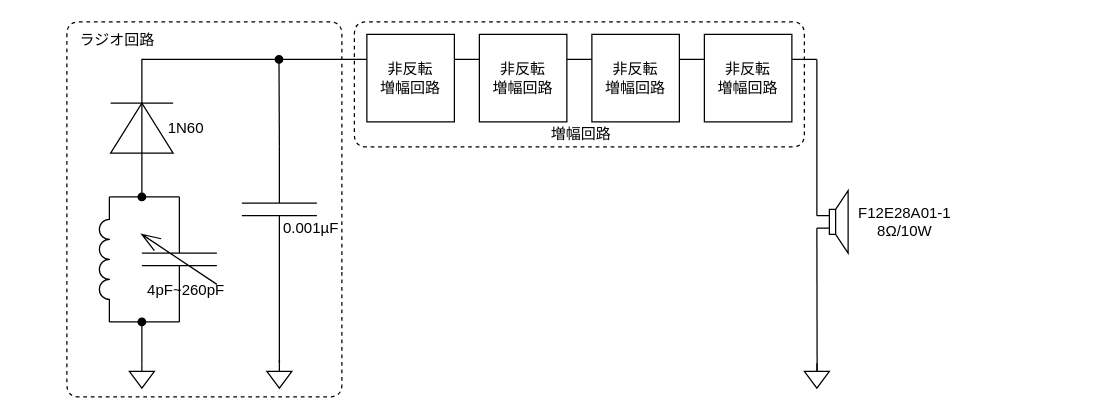
Before: page "all2" (4 of 5) of python/fig.drawio in m20079/AM-radio, a draw.io diagram. Source tidied: cells renumbered, new cells numbered last; positions are measured from the earlier drawing's top-left corner, leaving out a move shared by most shapes. Both pictures are drawn from the tidied source at 125%, with x=0, y=0 at pixel (41, 21).
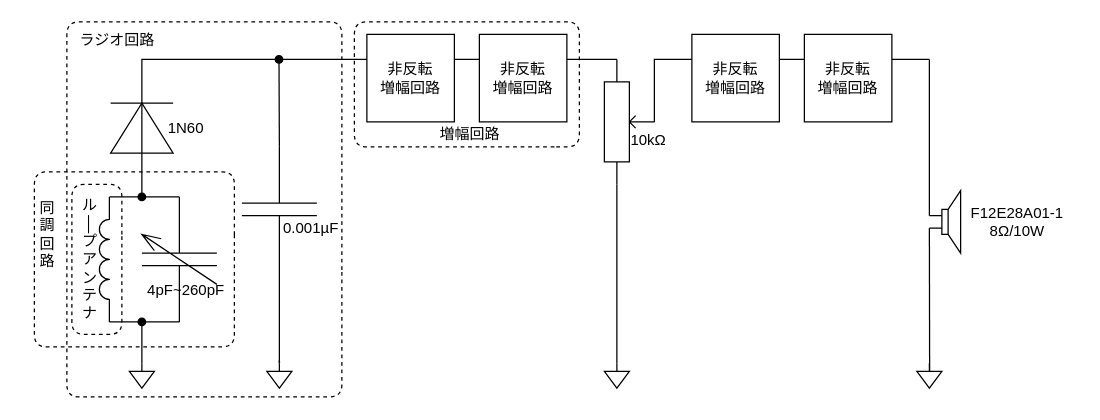
Above is the later version.

Change to the diagram source:
```diff
@@
-    <mxCell id="7" style="endArrow=none;html=1;rounded=0;endFill=0;startArrow=oval;startFill=1;" parent="1" edge="1">
+    <mxCell id="7" style="endArrow=none;html=1;rounded=0;endFill=0;startArrow=oval;startFill=1;entryX=1;entryY=0.25;entryDx=0;entryDy=0;entryPerimeter=0;" parent="1" edge="1" target="37">
       <mxGeometry relative="1" as="geometry">
         <mxPoint x="80" y="140" as="sourcePoint" />
-        <mxPoint x="620" y="30" as="targetPoint" />
         <Array as="points">
           <mxPoint x="80" y="30" />
         </Array>
       </mxGeometry>
     </mxCell>
@@
-    <mxCell id="21" value="非反転&lt;br&gt;増幅回路" style="rounded=0;whiteSpace=wrap;html=1;" parent="1" vertex="1">
-      <mxGeometry x="440" y="10" width="70" height="70" as="geometry" />
-    </mxCell>
-    <mxCell id="22" value="非反転&lt;br&gt;増幅回路" style="rounded=0;whiteSpace=wrap;html=1;" parent="1" vertex="1">
-      <mxGeometry x="530" y="10" width="70" height="70" as="geometry" />
-    </mxCell>
     <mxCell id="23" style="edgeStyle=none;rounded=0;html=1;startArrow=none;startFill=0;endArrow=none;endFill=0;entryX=0;entryY=0.4;entryDx=0;entryDy=0;entryPerimeter=0;" parent="1" edge="1" target="25">
       <mxGeometry relative="1" as="geometry">
-        <mxPoint x="620" y="30" as="sourcePoint" />
+        <mxPoint x="710" y="30" as="sourcePoint" />
       </mxGeometry>
     </mxCell>
     <mxCell id="24" style="edgeStyle=none;html=1;exitX=0;exitY=0.6;exitDx=0;exitDy=0;exitPerimeter=0;endArrow=none;endFill=0;" parent="1" edge="1" source="25">
       <mxGeometry relative="1" as="geometry">
-        <mxPoint x="620.2" y="280" as="targetPoint" />
+        <mxPoint x="710.2" y="280" as="targetPoint" />
       </mxGeometry>
     </mxCell>
     <mxCell id="25" style="verticalLabelPosition=bottom;shadow=0;dashed=0;align=center;html=1;verticalAlign=top;shape=mxgraph.electrical.electro-mechanical.loudspeaker;" parent="1" vertex="1">
-      <mxGeometry x="620" y="135" width="25" height="50" as="geometry" />
+      <mxGeometry x="710" y="135" width="25" height="50" as="geometry" />
     </mxCell>
     <mxCell id="26" style="verticalLabelPosition=bottom;shadow=0;dashed=0;align=center;html=1;verticalAlign=top;shape=mxgraph.electrical.signal_sources.signal_ground;" parent="1" vertex="1">
-      <mxGeometry x="610" y="273" width="20" height="20" as="geometry" />
+      <mxGeometry x="700" y="273" width="20" height="20" as="geometry" />
     </mxCell>
     <mxCell id="27" value="F12E28A01-1&lt;br&gt;8Ω/10W" style="text;html=1;align=center;verticalAlign=middle;strokeColor=none;fillColor=none;" parent="1" vertex="1">
-      <mxGeometry x="640" y="140" width="100" height="40" as="geometry" />
+      <mxGeometry x="730" y="140" width="100" height="40" as="geometry" />
     </mxCell>
@@
     <mxCell id="30" style="endArrow=none;dashed=1;html=1;" parent="1" edge="1">
       <mxGeometry relative="1" as="geometry">
-        <mxPoint x="530" y="100" as="sourcePoint" />
-        <mxPoint x="530" y="100" as="targetPoint" />
+        <mxPoint x="410" y="100" as="sourcePoint" />
+        <mxPoint x="410" y="100" as="targetPoint" />
         <Array as="points">
-          <mxPoint x="470" y="100" />
           <mxPoint x="390" y="100" />
           <mxPoint x="250" y="100" />
           <mxPoint x="250" />
-          <mxPoint x="610" />
-          <mxPoint x="610" y="100" />
+          <mxPoint x="430" />
+          <mxPoint x="430" y="100" />
         </Array>
       </mxGeometry>
     </mxCell>
     <mxCell id="31" value="増幅回路" style="text;html=1;align=center;verticalAlign=middle;strokeColor=none;fillColor=none;" parent="1" vertex="1">
-      <mxGeometry x="396" y="75" width="70" height="30" as="geometry" />
+      <mxGeometry x="307" y="75" width="70" height="30" as="geometry" />
     </mxCell>
+    <mxCell id="32" value="ル&lt;br&gt;│&lt;br&gt;プ&lt;br&gt;ア&lt;br&gt;ン&lt;br&gt;テ&lt;br&gt;ナ" style="text;html=1;align=center;verticalAlign=middle;strokeColor=none;fillColor=none;" parent="1" vertex="1">
+      <mxGeometry x="18" y="135" width="40" height="110" as="geometry" />
+    </mxCell>
+    <mxCell id="33" style="endArrow=none;dashed=1;html=1;" parent="1" edge="1">
+      <mxGeometry relative="1" as="geometry">
+        <mxPoint x="64" y="170" as="sourcePoint" />
+        <mxPoint x="64" y="170" as="targetPoint" />
+        <Array as="points">
+          <mxPoint x="64" y="130" />
+          <mxPoint x="24" y="130" />
+          <mxPoint x="24" y="250" />
+          <mxPoint x="64" y="250" />
+        </Array>
+      </mxGeometry>
+    </mxCell>
+    <mxCell id="34" style="endArrow=none;dashed=1;html=1;" parent="1" edge="1">
+      <mxGeometry relative="1" as="geometry">
+        <mxPoint x="154" y="170" as="sourcePoint" />
+        <mxPoint x="154" y="170" as="targetPoint" />
+        <Array as="points">
+          <mxPoint x="154" y="260" />
+          <mxPoint x="-6" y="260" />
+          <mxPoint x="-6" y="120" />
+          <mxPoint x="154" y="120" />
+        </Array>
+      </mxGeometry>
+    </mxCell>
+    <mxCell id="35" value="同&lt;br&gt;調&lt;br&gt;回&lt;br&gt;路" style="text;html=1;align=center;verticalAlign=middle;strokeColor=none;fillColor=none;" parent="1" vertex="1">
+      <mxGeometry x="-16" y="135" width="40" height="70" as="geometry" />
+    </mxCell>
+    <mxCell id="36" style="edgeStyle=none;html=1;exitX=0;exitY=0.25;exitDx=0;exitDy=0;exitPerimeter=0;entryX=0.5;entryY=0;entryDx=0;entryDy=0;entryPerimeter=0;endArrow=none;endFill=0;" parent="1" edge="1" source="37" target="38">
+      <mxGeometry relative="1" as="geometry" />
+    </mxCell>
+    <mxCell id="37" style="verticalLabelPosition=bottom;shadow=0;dashed=0;align=center;html=1;verticalAlign=top;shape=mxgraph.electrical.resistors.potentiometer_1;rotation=-90;" parent="1" vertex="1">
+      <mxGeometry x="420" y="60" width="100" height="40" as="geometry" />
+    </mxCell>
+    <mxCell id="38" style="verticalLabelPosition=bottom;shadow=0;dashed=0;align=center;html=1;verticalAlign=top;shape=mxgraph.electrical.signal_sources.signal_ground;" parent="1" vertex="1">
+      <mxGeometry x="450" y="273" width="20" height="20" as="geometry" />
+    </mxCell>
+    <mxCell id="39" style="endArrow=none;html=1;rounded=0;" parent="1" edge="1">
+      <mxGeometry relative="1" as="geometry">
+        <mxPoint x="490" y="80" as="sourcePoint" />
+        <mxPoint x="710" y="30" as="targetPoint" />
+        <Array as="points">
+          <mxPoint x="490" y="30" />
+        </Array>
+      </mxGeometry>
+    </mxCell>
+    <mxCell id="21" value="非反転&lt;br&gt;増幅回路" style="rounded=0;whiteSpace=wrap;html=1;" parent="1" vertex="1">
+      <mxGeometry x="520" y="10" width="70" height="70" as="geometry" />
+    </mxCell>
+    <mxCell id="22" value="非反転&lt;br&gt;増幅回路" style="rounded=0;whiteSpace=wrap;html=1;" parent="1" vertex="1">
+      <mxGeometry x="610" y="10" width="70" height="70" as="geometry" />
+    </mxCell>
+    <mxCell id="40" value="10kΩ" style="text;html=1;align=center;verticalAlign=middle;strokeColor=none;fillColor=none;" parent="1" vertex="1">
+      <mxGeometry x="460" y="80" width="50" height="30" as="geometry" />
+    </mxCell>
```
